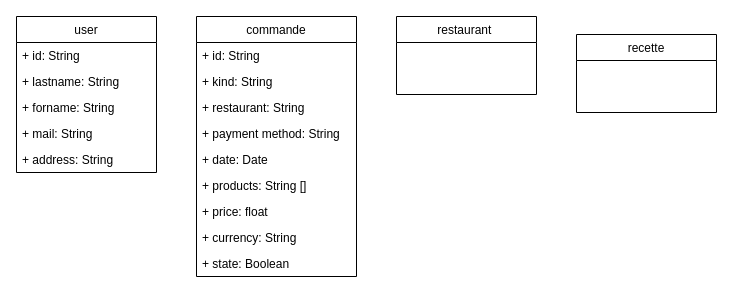
This is good_food_2.0/Untitled Diagram.drawio.xml from obaconnais/good_food_2.0, a draw.io file, before an edit. Source tidied: cells renumbered, new cells numbered last; positions are measured from the earlier drawing's top-left corner, leaving out a move shared by most shapes. Both pictures are drawn from the tidied source at 100%, with x=0, y=0 at pixel (16, 16).
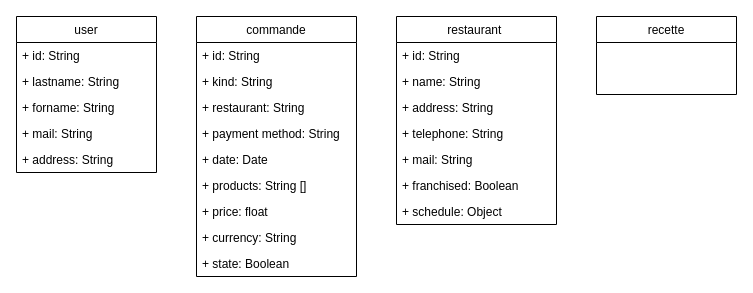
The same diagram, later.

Commit message:
Update Database model

Add Restaurant table

Diff of the diagram source:
```diff
@@
     <mxCell id="8" value="restaurant " style="swimlane;fontStyle=0;horizontal=1;startSize=26;fillColor=none;" parent="1" vertex="1">
-      <mxGeometry x="380" width="140" height="78" as="geometry" />
+      <mxGeometry x="380" width="160" height="208" as="geometry" />
     </mxCell>
+    <mxCell id="20" value="+ id: String" style="text;strokeColor=none;fillColor=none;align=left;verticalAlign=top;spacingLeft=4;spacingRight=4;overflow=hidden;" parent="8" vertex="1">
+      <mxGeometry y="26" width="160" height="26" as="geometry" />
+    </mxCell>
+    <mxCell id="21" value="+ name: String" style="text;strokeColor=none;fillColor=none;align=left;verticalAlign=top;spacingLeft=4;spacingRight=4;overflow=hidden;" parent="8" vertex="1">
+      <mxGeometry y="52" width="160" height="26" as="geometry" />
+    </mxCell>
+    <mxCell id="22" value="+ address: String" style="text;strokeColor=none;fillColor=none;align=left;verticalAlign=top;spacingLeft=4;spacingRight=4;overflow=hidden;" parent="8" vertex="1">
+      <mxGeometry y="78" width="160" height="26" as="geometry" />
+    </mxCell>
+    <mxCell id="23" value="+ telephone: String" style="text;strokeColor=none;fillColor=none;align=left;verticalAlign=top;spacingLeft=4;spacingRight=4;overflow=hidden;" parent="8" vertex="1">
+      <mxGeometry y="104" width="160" height="26" as="geometry" />
+    </mxCell>
+    <mxCell id="24" value="+ mail: String" style="text;strokeColor=none;fillColor=none;align=left;verticalAlign=top;spacingLeft=4;spacingRight=4;overflow=hidden;" parent="8" vertex="1">
+      <mxGeometry y="130" width="160" height="26" as="geometry" />
+    </mxCell>
+    <mxCell id="25" value="+ franchised: Boolean" style="text;strokeColor=none;fillColor=none;align=left;verticalAlign=top;spacingLeft=4;spacingRight=4;overflow=hidden;" parent="8" vertex="1">
+      <mxGeometry y="156" width="160" height="26" as="geometry" />
+    </mxCell>
+    <mxCell id="26" value="+ schedule: Object" style="text;strokeColor=none;fillColor=none;align=left;verticalAlign=top;spacingLeft=4;spacingRight=4;overflow=hidden;" parent="8" vertex="1">
+      <mxGeometry y="182" width="160" height="26" as="geometry" />
+    </mxCell>
     <mxCell id="9" value="recette" style="swimlane;fontStyle=0;horizontal=1;startSize=26;fillColor=none;" parent="1" vertex="1">
-      <mxGeometry x="560" y="18" width="140" height="78" as="geometry" />
+      <mxGeometry x="580" width="140" height="78" as="geometry" />
     </mxCell>
```
